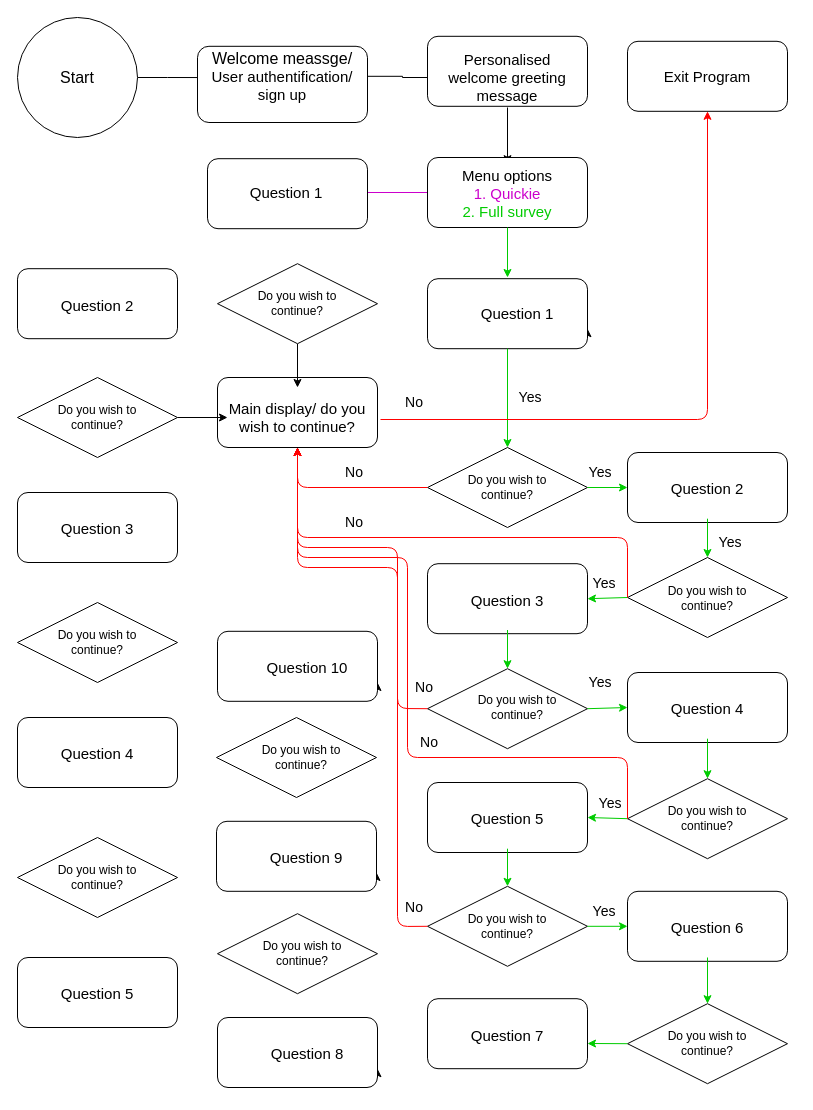
This is docs/love_even-control-flow-diagram.drawio from Johnnsonkp/love-even, a draw.io file, before an edit. Source tidied: cells renumbered, new cells numbered last; positions are measured from the earlier drawing's top-left corner, leaving out a move shared by most shapes. Both pictures are drawn from the tidied source at 100%, with x=0, y=0 at pixel (17, 17).
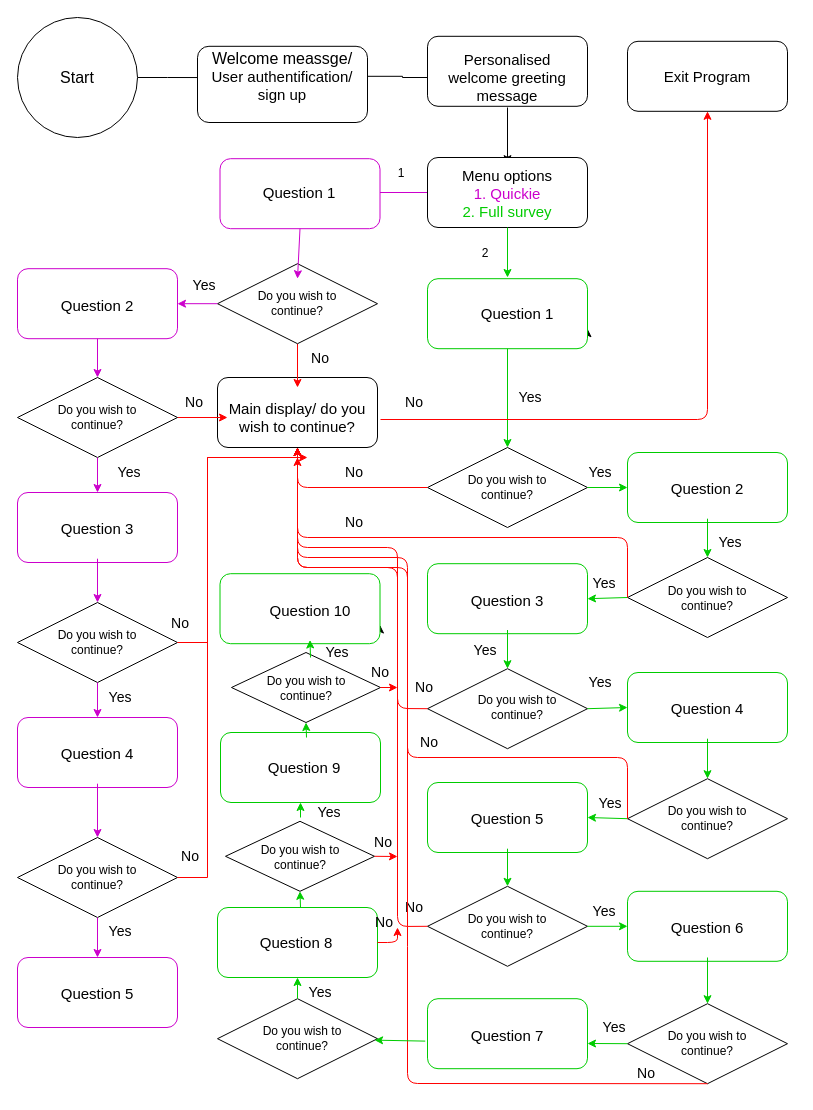
Above is the later version.

Commit message (it also covers changes not shown here):
control flow diagram added

Unchanged cells that the change refers to:
```xml
<mxCell id="19" value="&lt;font style=&quot;font-size: 15px&quot;&gt;Main display/ do you wish to continue?&lt;br&gt;&lt;/font&gt;" style="text;html=1;strokeColor=none;fillColor=none;align=center;verticalAlign=middle;whiteSpace=wrap;rounded=0;" parent="1" vertex="1">
  <mxGeometry x="210" y="370" width="140" height="60" as="geometry" />
</mxCell>
<mxCell id="27" style="rhombus;whiteSpace=wrap;html=1;" parent="1" vertex="1">
  <mxGeometry x="200" y="246.2" width="160" height="80" as="geometry" />
</mxCell>
<mxCell id="28" value="Do you wish to continue?" style="text;html=1;strokeColor=none;fillColor=none;align=center;verticalAlign=middle;whiteSpace=wrap;rounded=0;" parent="1" vertex="1">
  <mxGeometry x="225" y="261.2" width="110" height="50" as="geometry" />
</mxCell>
<mxCell id="33" style="rhombus;whiteSpace=wrap;html=1;" parent="1" vertex="1">
  <mxGeometry y="360" width="160" height="80" as="geometry" />
</mxCell>
<mxCell id="37" value="&lt;font style=&quot;font-size: 15px&quot;&gt;Question 3&lt;br&gt;&lt;/font&gt;" style="text;html=1;strokeColor=none;fillColor=none;align=center;verticalAlign=middle;whiteSpace=wrap;rounded=0;" parent="1" vertex="1">
  <mxGeometry x="10" y="481.2" width="140" height="60" as="geometry" />
</mxCell>
<mxCell id="38" style="rhombus;whiteSpace=wrap;html=1;" parent="1" vertex="1">
  <mxGeometry y="585" width="160" height="80" as="geometry" />
</mxCell>
<mxCell id="42" value="&lt;font style=&quot;font-size: 15px&quot;&gt;Question 4&lt;br&gt;&lt;/font&gt;" style="text;html=1;strokeColor=none;fillColor=none;align=center;verticalAlign=middle;whiteSpace=wrap;rounded=0;" parent="1" vertex="1">
  <mxGeometry x="10" y="706.2" width="140" height="60" as="geometry" />
</mxCell>
<mxCell id="43" style="rhombus;whiteSpace=wrap;html=1;" parent="1" vertex="1">
  <mxGeometry y="820" width="160" height="80" as="geometry" />
</mxCell>
<mxCell id="90" style="rhombus;whiteSpace=wrap;html=1;" parent="1" vertex="1">
  <mxGeometry x="610" y="986.2" width="160" height="80" as="geometry" />
</mxCell>
```

What changed in the source:
```diff
@@
-    <mxCell id="15" style="rounded=1;whiteSpace=wrap;html=1;" parent="1" vertex="1">
+    <mxCell id="15" style="rounded=1;whiteSpace=wrap;html=1;strokeColor=#00CC00;" parent="1" vertex="1">
       <mxGeometry x="410" y="261.2" width="160" height="70" as="geometry" />
     </mxCell>
@@
-    <mxCell id="24" style="rounded=1;whiteSpace=wrap;html=1;" parent="1" vertex="1">
-      <mxGeometry x="190" y="141.2" width="160" height="70" as="geometry" />
+    <mxCell id="24" style="rounded=1;whiteSpace=wrap;html=1;strokeColor=#CC00CC;" parent="1" vertex="1">
+      <mxGeometry x="202.5" y="141.2" width="160" height="70" as="geometry" />
     </mxCell>
     <mxCell id="25" value="&lt;font style=&quot;font-size: 15px&quot;&gt;Question 1&lt;br&gt;&lt;/font&gt;" style="text;html=1;strokeColor=none;fillColor=none;align=center;verticalAlign=middle;whiteSpace=wrap;rounded=0;" parent="1" vertex="1">
-      <mxGeometry x="199" y="145" width="140" height="60" as="geometry" />
+      <mxGeometry x="211.5" y="145" width="140" height="60" as="geometry" />
     </mxCell>
-    <mxCell id="26" style="edgeStyle=orthogonalEdgeStyle;rounded=0;jettySize=auto;html=1;" parent="1" edge="1" source="27" target="19">
+    <mxCell id="26" style="edgeStyle=orthogonalEdgeStyle;rounded=0;jettySize=auto;html=1;strokeColor=#FF0000;" parent="1" edge="1" source="27" target="19">
       <mxGeometry relative="1" as="geometry" />
     </mxCell>
@@
-    <mxCell id="30" style="rounded=1;whiteSpace=wrap;html=1;" parent="1" vertex="1">
+    <mxCell id="30" style="rounded=1;whiteSpace=wrap;html=1;strokeColor=#CC00CC;" parent="1" vertex="1">
       <mxGeometry y="251.2" width="160" height="70" as="geometry" />
     </mxCell>
@@
-    <mxCell id="32" style="edgeStyle=orthogonalEdgeStyle;rounded=0;jettySize=auto;html=1;" parent="1" edge="1" source="33" target="19">
+    <mxCell id="32" style="edgeStyle=orthogonalEdgeStyle;rounded=0;jettySize=auto;html=1;strokeColor=#FF0000;" parent="1" edge="1" source="33" target="19">
       <mxGeometry relative="1" as="geometry" />
     </mxCell>
@@
-    <mxCell id="36" style="rounded=1;whiteSpace=wrap;html=1;" parent="1" vertex="1">
+    <mxCell id="36" style="rounded=1;whiteSpace=wrap;html=1;strokeColor=#CC00CC;" parent="1" vertex="1">
       <mxGeometry y="475" width="160" height="70" as="geometry" />
     </mxCell>
@@
-    <mxCell id="41" style="rounded=1;whiteSpace=wrap;html=1;" parent="1" vertex="1">
+    <mxCell id="41" style="rounded=1;whiteSpace=wrap;html=1;strokeColor=#CC00CC;" parent="1" vertex="1">
       <mxGeometry y="700" width="160" height="70" as="geometry" />
     </mxCell>
@@
-    <mxCell id="46" style="rounded=1;whiteSpace=wrap;html=1;" parent="1" vertex="1">
+    <mxCell id="46" style="rounded=1;whiteSpace=wrap;html=1;strokeColor=#CC00CC;" parent="1" vertex="1">
       <mxGeometry y="940" width="160" height="70" as="geometry" />
     </mxCell>
@@
-    <mxCell id="52" style="rounded=1;whiteSpace=wrap;html=1;" parent="1" vertex="1">
+    <mxCell id="52" style="rounded=1;whiteSpace=wrap;html=1;strokeColor=#00CC00;" parent="1" vertex="1">
       <mxGeometry x="610" y="435" width="160" height="70" as="geometry" />
     </mxCell>
@@
-    <mxCell id="57" style="rounded=1;whiteSpace=wrap;html=1;" parent="1" vertex="1">
+    <mxCell id="57" style="rounded=1;whiteSpace=wrap;html=1;strokeColor=#00CC00;" parent="1" vertex="1">
       <mxGeometry x="410" y="546.2" width="160" height="70" as="geometry" />
     </mxCell>
@@
-    <mxCell id="62" style="rounded=1;whiteSpace=wrap;html=1;" parent="1" vertex="1">
+    <mxCell id="62" style="rounded=1;whiteSpace=wrap;html=1;strokeColor=#00CC00;" parent="1" vertex="1">
       <mxGeometry x="610" y="655" width="160" height="70" as="geometry" />
     </mxCell>
@@
-    <mxCell id="65" style="rounded=1;whiteSpace=wrap;html=1;" parent="1" vertex="1">
+    <mxCell id="65" style="rounded=1;whiteSpace=wrap;html=1;strokeColor=#00CC00;" parent="1" vertex="1">
       <mxGeometry x="410" y="765" width="160" height="70" as="geometry" />
     </mxCell>
@@
-    <mxCell id="68" style="rounded=1;whiteSpace=wrap;html=1;" parent="1" vertex="1">
+    <mxCell id="68" style="rounded=1;whiteSpace=wrap;html=1;strokeColor=#00CC00;" parent="1" vertex="1">
       <mxGeometry x="610" y="873.8" width="160" height="70" as="geometry" />
     </mxCell>
@@
-    <mxCell id="71" style="rounded=1;whiteSpace=wrap;html=1;" parent="1" vertex="1">
+    <mxCell id="71" style="rounded=1;whiteSpace=wrap;html=1;strokeColor=#00CC00;" parent="1" vertex="1">
       <mxGeometry x="410" y="981.2" width="160" height="70" as="geometry" />
     </mxCell>
@@
-    <mxCell id="74" style="rounded=1;whiteSpace=wrap;html=1;" parent="1" vertex="1">
-      <mxGeometry x="200" y="1000" width="160" height="70" as="geometry" />
+    <mxCell id="74" style="rounded=1;whiteSpace=wrap;html=1;strokeColor=#00CC00;" parent="1" vertex="1">
+      <mxGeometry x="200" y="890" width="160" height="70" as="geometry" />
     </mxCell>
     <mxCell id="75" value="&lt;font style=&quot;font-size: 15px&quot;&gt;Question 8&lt;br&gt;&lt;/font&gt;" style="text;html=1;strokeColor=none;fillColor=none;align=center;verticalAlign=middle;whiteSpace=wrap;rounded=0;" parent="1" vertex="1">
-      <mxGeometry x="220" y="1006.2" width="140" height="60" as="geometry" />
+      <mxGeometry x="209" y="895" width="140" height="60" as="geometry" />
     </mxCell>
     <mxCell id="76" style="rhombus;whiteSpace=wrap;html=1;" parent="1" vertex="1">
-      <mxGeometry x="200" y="896.2" width="160" height="80" as="geometry" />
+      <mxGeometry x="200" y="981.2" width="160" height="80" as="geometry" />
     </mxCell>
     <mxCell id="77" value="Do you wish to continue?" style="text;html=1;strokeColor=none;fillColor=none;align=center;verticalAlign=middle;whiteSpace=wrap;rounded=0;" parent="1" vertex="1">
-      <mxGeometry x="230" y="911.2" width="110" height="50" as="geometry" />
+      <mxGeometry x="230" y="996.2" width="110" height="50" as="geometry" />
     </mxCell>
@@
-    <mxCell id="79" style="rounded=1;whiteSpace=wrap;html=1;" parent="1" vertex="1">
-      <mxGeometry x="199" y="803.8" width="160" height="70" as="geometry" />
+    <mxCell id="79" style="rounded=1;whiteSpace=wrap;html=1;strokeColor=#00CC00;" parent="1" vertex="1">
+      <mxGeometry x="203" y="715" width="160" height="70" as="geometry" />
     </mxCell>
     <mxCell id="80" value="&lt;font style=&quot;font-size: 15px&quot;&gt;Question 9&lt;br&gt;&lt;/font&gt;" style="text;html=1;strokeColor=none;fillColor=none;align=center;verticalAlign=middle;whiteSpace=wrap;rounded=0;" parent="1" vertex="1">
-      <mxGeometry x="219" y="810" width="140" height="60" as="geometry" />
+      <mxGeometry x="217" y="720" width="140" height="60" as="geometry" />
     </mxCell>
     <mxCell id="81" style="rhombus;whiteSpace=wrap;html=1;" parent="1" vertex="1">
-      <mxGeometry x="199" y="700" width="160" height="80" as="geometry" />
+      <mxGeometry x="208" y="803.8" width="149" height="70" as="geometry" />
     </mxCell>
     <mxCell id="82" value="Do you wish to continue?" style="text;html=1;strokeColor=none;fillColor=none;align=center;verticalAlign=middle;whiteSpace=wrap;rounded=0;" parent="1" vertex="1">
-      <mxGeometry x="229" y="715" width="110" height="50" as="geometry" />
+      <mxGeometry x="228" y="815" width="110" height="50" as="geometry" />
     </mxCell>
@@
-    <mxCell id="84" style="rounded=1;whiteSpace=wrap;html=1;" parent="1" vertex="1">
-      <mxGeometry x="200" y="613.8" width="160" height="70" as="geometry" />
+    <mxCell id="84" style="rounded=1;whiteSpace=wrap;html=1;strokeColor=#00CC00;" parent="1" vertex="1">
+      <mxGeometry x="202.5" y="556.2" width="160" height="70" as="geometry" />
     </mxCell>
     <mxCell id="85" value="&lt;font style=&quot;font-size: 15px&quot;&gt;Question 10&lt;br&gt;&lt;/font&gt;" style="text;html=1;strokeColor=none;fillColor=none;align=center;verticalAlign=middle;whiteSpace=wrap;rounded=0;" parent="1" vertex="1">
-      <mxGeometry x="220" y="620" width="140" height="60" as="geometry" />
+      <mxGeometry x="222.5" y="562.5" width="140" height="60" as="geometry" />
     </mxCell>
@@
+    <mxCell id="123" value="&lt;font style=&quot;font-size: 14px&quot;&gt;Yes&lt;/font&gt;" style="text;html=1;strokeColor=none;fillColor=none;align=center;verticalAlign=middle;whiteSpace=wrap;rounded=0;" parent="1" vertex="1">
+      <mxGeometry x="574" y="1000" width="46" height="20" as="geometry" />
+    </mxCell>
+    <mxCell id="124" style="endArrow=classic;html=1;strokeColor=#FF0000;exitX=0.5;exitY=1;exitDx=0;exitDy=0;" parent="1" edge="1" source="90">
+      <mxGeometry relative="1" as="geometry">
+        <mxPoint x="280" y="440" as="targetPoint" />
+        <Array as="points">
+          <mxPoint x="390" y="1066" />
+          <mxPoint x="390" y="919" />
+          <mxPoint x="390" y="550" />
+          <mxPoint x="280" y="550" />
+        </Array>
+      </mxGeometry>
+    </mxCell>
+    <mxCell id="125" value="&lt;font style=&quot;font-size: 14px&quot;&gt;No&lt;/font&gt;" style="text;html=1;strokeColor=none;fillColor=none;align=center;verticalAlign=middle;whiteSpace=wrap;rounded=0;" parent="1" vertex="1">
+      <mxGeometry x="606" y="1046.2" width="46" height="20" as="geometry" />
+    </mxCell>
+    <mxCell id="126" style="endArrow=classic;html=1;exitX=-0.014;exitY=0.606;exitDx=0;exitDy=0;strokeColor=#00CC00;exitPerimeter=0;" parent="1" edge="1" source="71" target="76">
+      <mxGeometry relative="1" as="geometry" />
+    </mxCell>
+    <mxCell id="127" style="endArrow=classic;html=1;strokeColor=#00CC00;entryX=0.5;entryY=1;entryDx=0;entryDy=0;" parent="1" edge="1" source="76" target="74">
+      <mxGeometry relative="1" as="geometry" />
+    </mxCell>
+    <mxCell id="128" style="rhombus;whiteSpace=wrap;html=1;" parent="1" vertex="1">
+      <mxGeometry x="214" y="635" width="149" height="70" as="geometry" />
+    </mxCell>
+    <mxCell id="129" value="Do you wish to continue?" style="text;html=1;strokeColor=none;fillColor=none;align=center;verticalAlign=middle;whiteSpace=wrap;rounded=0;" parent="1" vertex="1">
+      <mxGeometry x="234" y="646.2" width="110" height="50" as="geometry" />
+    </mxCell>
+    <mxCell id="130" style="endArrow=classic;html=1;exitX=0.5;exitY=1;exitDx=0;exitDy=0;entryX=0.5;entryY=0;entryDx=0;entryDy=0;strokeColor=#CC00CC;" parent="1" edge="1" source="24" target="28">
+      <mxGeometry relative="1" as="geometry" />
+    </mxCell>
+    <mxCell id="131" style="endArrow=classic;html=1;exitX=0;exitY=0.5;exitDx=0;exitDy=0;entryX=1;entryY=0.5;entryDx=0;entryDy=0;strokeColor=#CC00CC;" parent="1" edge="1" source="27" target="30">
+      <mxGeometry relative="1" as="geometry" />
+    </mxCell>
+    <mxCell id="132" style="endArrow=classic;html=1;exitX=0.5;exitY=1;exitDx=0;exitDy=0;entryX=0.5;entryY=0;entryDx=0;entryDy=0;strokeColor=#CC00CC;" parent="1" edge="1" source="30" target="33">
+      <mxGeometry relative="1" as="geometry" />
+    </mxCell>
+    <mxCell id="133" style="endArrow=classic;html=1;exitX=0.5;exitY=1;exitDx=0;exitDy=0;entryX=0.5;entryY=0;entryDx=0;entryDy=0;strokeColor=#CC00CC;" parent="1" edge="1" source="33" target="36">
+      <mxGeometry relative="1" as="geometry" />
+    </mxCell>
+    <mxCell id="134" style="endArrow=classic;html=1;exitX=0.5;exitY=1;exitDx=0;exitDy=0;entryX=0.5;entryY=0;entryDx=0;entryDy=0;strokeColor=#CC00CC;" parent="1" edge="1" source="37" target="38">
+      <mxGeometry relative="1" as="geometry" />
+    </mxCell>
+    <mxCell id="135" style="edgeStyle=orthogonalEdgeStyle;rounded=0;jettySize=auto;html=1;strokeColor=#FF0000;exitX=1;exitY=0.5;exitDx=0;exitDy=0;" parent="1" edge="1" source="38">
+      <mxGeometry relative="1" as="geometry">
+        <mxPoint x="280" y="430" as="targetPoint" />
+        <Array as="points">
+          <mxPoint x="190" y="625" />
+          <mxPoint x="190" y="440" />
+        </Array>
+      </mxGeometry>
+    </mxCell>
+    <mxCell id="136" style="edgeStyle=orthogonalEdgeStyle;rounded=0;jettySize=auto;html=1;strokeColor=#FF0000;exitX=1;exitY=0.5;exitDx=0;exitDy=0;" parent="1" edge="1" source="43">
+      <mxGeometry relative="1" as="geometry">
+        <mxPoint x="290" y="440" as="targetPoint" />
+        <Array as="points">
+          <mxPoint x="190" y="860" />
+          <mxPoint x="190" y="440" />
+        </Array>
+      </mxGeometry>
+    </mxCell>
+    <mxCell id="137" style="endArrow=classic;html=1;strokeColor=#FF0000;exitX=1;exitY=0.5;exitDx=0;exitDy=0;" parent="1" edge="1" source="128">
+      <mxGeometry relative="1" as="geometry">
+        <mxPoint x="380" y="670" as="targetPoint" />
+      </mxGeometry>
+    </mxCell>
+    <mxCell id="138" style="endArrow=classic;html=1;strokeColor=#FF0000;exitX=1;exitY=0.5;exitDx=0;exitDy=0;" parent="1" edge="1" source="74">
+      <mxGeometry relative="1" as="geometry">
+        <mxPoint x="380" y="910" as="targetPoint" />
+        <Array as="points">
+          <mxPoint x="380" y="925" />
+        </Array>
+      </mxGeometry>
+    </mxCell>
+    <mxCell id="139" style="endArrow=classic;html=1;strokeColor=#FF0000;exitX=1;exitY=0.5;exitDx=0;exitDy=0;" parent="1" edge="1" source="81">
+      <mxGeometry relative="1" as="geometry">
+        <mxPoint x="380" y="839" as="targetPoint" />
+      </mxGeometry>
+    </mxCell>
+    <mxCell id="140" value="&lt;font style=&quot;font-size: 14px&quot;&gt;No&lt;/font&gt;" style="text;html=1;strokeColor=none;fillColor=none;align=center;verticalAlign=middle;whiteSpace=wrap;rounded=0;" parent="1" vertex="1">
+      <mxGeometry x="340" y="645" width="46" height="20" as="geometry" />
+    </mxCell>
+    <mxCell id="141" value="&lt;font style=&quot;font-size: 14px&quot;&gt;No&lt;/font&gt;" style="text;html=1;strokeColor=none;fillColor=none;align=center;verticalAlign=middle;whiteSpace=wrap;rounded=0;" parent="1" vertex="1">
+      <mxGeometry x="343" y="815" width="46" height="20" as="geometry" />
+    </mxCell>
+    <mxCell id="142" value="&lt;font style=&quot;font-size: 14px&quot;&gt;No&lt;/font&gt;" style="text;html=1;strokeColor=none;fillColor=none;align=center;verticalAlign=middle;whiteSpace=wrap;rounded=0;" parent="1" vertex="1">
+      <mxGeometry x="344" y="895" width="46" height="20" as="geometry" />
+    </mxCell>
+    <mxCell id="143" style="endArrow=classic;html=1;exitX=0.5;exitY=1;exitDx=0;exitDy=0;entryX=0.5;entryY=0;entryDx=0;entryDy=0;strokeColor=#CC00CC;" parent="1" edge="1" source="38" target="41">
+      <mxGeometry relative="1" as="geometry" />
+    </mxCell>
+    <mxCell id="144" style="endArrow=classic;html=1;exitX=0.5;exitY=1;exitDx=0;exitDy=0;entryX=0.5;entryY=0;entryDx=0;entryDy=0;strokeColor=#CC00CC;" parent="1" edge="1" source="42" target="43">
+      <mxGeometry relative="1" as="geometry" />
+    </mxCell>
+    <mxCell id="145" style="endArrow=classic;html=1;entryX=0.5;entryY=0;entryDx=0;entryDy=0;strokeColor=#CC00CC;" parent="1" edge="1" target="46">
+      <mxGeometry relative="1" as="geometry">
+        <mxPoint x="80" y="900" as="sourcePoint" />
+      </mxGeometry>
+    </mxCell>
+    <mxCell id="146" style="endArrow=classic;html=1;strokeColor=#00CC00;entryX=0.5;entryY=1;entryDx=0;entryDy=0;" parent="1" edge="1" target="81">
+      <mxGeometry relative="1" as="geometry">
+        <mxPoint x="283" y="890" as="sourcePoint" />
+      </mxGeometry>
+    </mxCell>
+    <mxCell id="147" style="endArrow=classic;html=1;strokeColor=#00CC00;entryX=0.5;entryY=1;entryDx=0;entryDy=0;" parent="1" edge="1" target="79">
+      <mxGeometry relative="1" as="geometry">
+        <mxPoint x="283" y="800" as="sourcePoint" />
+      </mxGeometry>
+    </mxCell>
+    <mxCell id="148" style="endArrow=classic;html=1;strokeColor=#00CC00;entryX=0.5;entryY=1;entryDx=0;entryDy=0;" parent="1" edge="1" target="128">
+      <mxGeometry relative="1" as="geometry">
+        <mxPoint x="289" y="720" as="sourcePoint" />
+      </mxGeometry>
+    </mxCell>
+    <mxCell id="149" style="endArrow=classic;html=1;strokeColor=#00CC00;entryX=0.5;entryY=1;entryDx=0;entryDy=0;" parent="1" edge="1" target="85">
+      <mxGeometry relative="1" as="geometry">
+        <mxPoint x="293" y="640" as="sourcePoint" />
+      </mxGeometry>
+    </mxCell>
+    <mxCell id="150" value="&lt;font style=&quot;font-size: 14px&quot;&gt;Yes&lt;/font&gt;" style="text;html=1;strokeColor=none;fillColor=none;align=center;verticalAlign=middle;whiteSpace=wrap;rounded=0;" parent="1" vertex="1">
+      <mxGeometry x="445" y="622.5" width="46" height="20" as="geometry" />
+    </mxCell>
+    <mxCell id="151" value="&lt;font style=&quot;font-size: 14px&quot;&gt;Yes&lt;/font&gt;" style="text;html=1;strokeColor=none;fillColor=none;align=center;verticalAlign=middle;whiteSpace=wrap;rounded=0;" parent="1" vertex="1">
+      <mxGeometry x="280" y="965" width="46" height="20" as="geometry" />
+    </mxCell>
+    <mxCell id="152" value="&lt;font style=&quot;font-size: 14px&quot;&gt;Yes&lt;/font&gt;" style="text;html=1;strokeColor=none;fillColor=none;align=center;verticalAlign=middle;whiteSpace=wrap;rounded=0;" parent="1" vertex="1">
+      <mxGeometry x="289" y="785" width="46" height="20" as="geometry" />
+    </mxCell>
+    <mxCell id="153" value="&lt;font style=&quot;font-size: 14px&quot;&gt;Yes&lt;/font&gt;" style="text;html=1;strokeColor=none;fillColor=none;align=center;verticalAlign=middle;whiteSpace=wrap;rounded=0;" parent="1" vertex="1">
+      <mxGeometry x="297" y="625" width="46" height="20" as="geometry" />
+    </mxCell>
+    <mxCell id="154" value="1" style="text;html=1;strokeColor=none;fillColor=none;align=center;verticalAlign=middle;whiteSpace=wrap;rounded=0;" parent="1" vertex="1">
+      <mxGeometry x="363.5" y="146.2" width="40" height="20" as="geometry" />
+    </mxCell>
+    <mxCell id="155" value="2" style="text;html=1;strokeColor=none;fillColor=none;align=center;verticalAlign=middle;whiteSpace=wrap;rounded=0;" parent="1" vertex="1">
+      <mxGeometry x="448" y="226.2" width="40" height="20" as="geometry" />
+    </mxCell>
+    <mxCell id="156" value="&lt;font style=&quot;font-size: 14px&quot;&gt;No&lt;/font&gt;" style="text;html=1;strokeColor=none;fillColor=none;align=center;verticalAlign=middle;whiteSpace=wrap;rounded=0;" parent="1" vertex="1">
+      <mxGeometry x="280" y="331.2" width="46" height="20" as="geometry" />
+    </mxCell>
+    <mxCell id="157" value="&lt;font style=&quot;font-size: 14px&quot;&gt;Yes&lt;/font&gt;" style="text;html=1;strokeColor=none;fillColor=none;align=center;verticalAlign=middle;whiteSpace=wrap;rounded=0;" parent="1" vertex="1">
+      <mxGeometry x="164" y="257.5" width="46" height="20" as="geometry" />
+    </mxCell>
+    <mxCell id="158" value="&lt;font style=&quot;font-size: 14px&quot;&gt;No&lt;/font&gt;" style="text;html=1;strokeColor=none;fillColor=none;align=center;verticalAlign=middle;whiteSpace=wrap;rounded=0;" parent="1" vertex="1">
+      <mxGeometry x="154" y="375" width="46" height="20" as="geometry" />
+    </mxCell>
+    <mxCell id="159" value="&lt;font style=&quot;font-size: 14px&quot;&gt;Yes&lt;/font&gt;" style="text;html=1;strokeColor=none;fillColor=none;align=center;verticalAlign=middle;whiteSpace=wrap;rounded=0;" parent="1" vertex="1">
+      <mxGeometry x="89" y="445" width="46" height="20" as="geometry" />
+    </mxCell>
+    <mxCell id="160" value="&lt;font style=&quot;font-size: 14px&quot;&gt;Yes&lt;/font&gt;" style="text;html=1;strokeColor=none;fillColor=none;align=center;verticalAlign=middle;whiteSpace=wrap;rounded=0;" parent="1" vertex="1">
+      <mxGeometry x="80" y="670" width="46" height="20" as="geometry" />
+    </mxCell>
+    <mxCell id="161" value="&lt;font style=&quot;font-size: 14px&quot;&gt;No&lt;/font&gt;" style="text;html=1;strokeColor=none;fillColor=none;align=center;verticalAlign=middle;whiteSpace=wrap;rounded=0;" parent="1" vertex="1">
+      <mxGeometry x="140" y="596.2" width="46" height="20" as="geometry" />
+    </mxCell>
+    <mxCell id="162" value="&lt;font style=&quot;font-size: 14px&quot;&gt;No&lt;/font&gt;" style="text;html=1;strokeColor=none;fillColor=none;align=center;verticalAlign=middle;whiteSpace=wrap;rounded=0;" parent="1" vertex="1">
+      <mxGeometry x="150" y="828.8" width="46" height="20" as="geometry" />
+    </mxCell>
+    <mxCell id="163" value="&lt;font style=&quot;font-size: 14px&quot;&gt;Yes&lt;/font&gt;" style="text;html=1;strokeColor=none;fillColor=none;align=center;verticalAlign=middle;whiteSpace=wrap;rounded=0;" parent="1" vertex="1">
+      <mxGeometry x="80" y="903.8" width="46" height="20" as="geometry" />
+    </mxCell>
```
